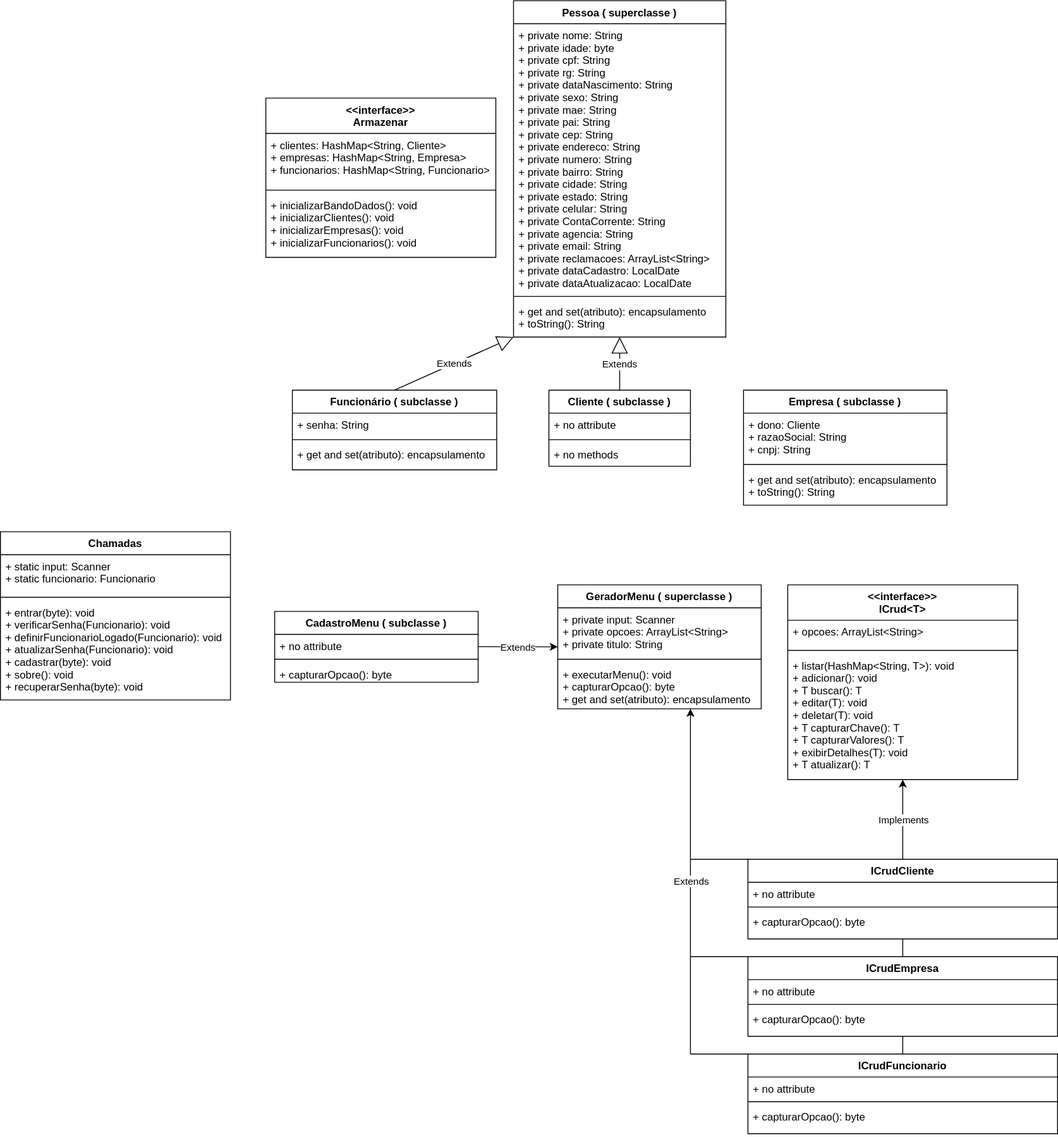
This is Diagrama sem nome.drawio.svg from ArthurEstevan/redesenvolvimento-conta-bancaria-v2.0, a draw.io export, as it was before one commit. Source tidied: cells renumbered, new cells last; positions are measured from the earlier drawing's top-left corner, leaving out a move shared by most shapes.
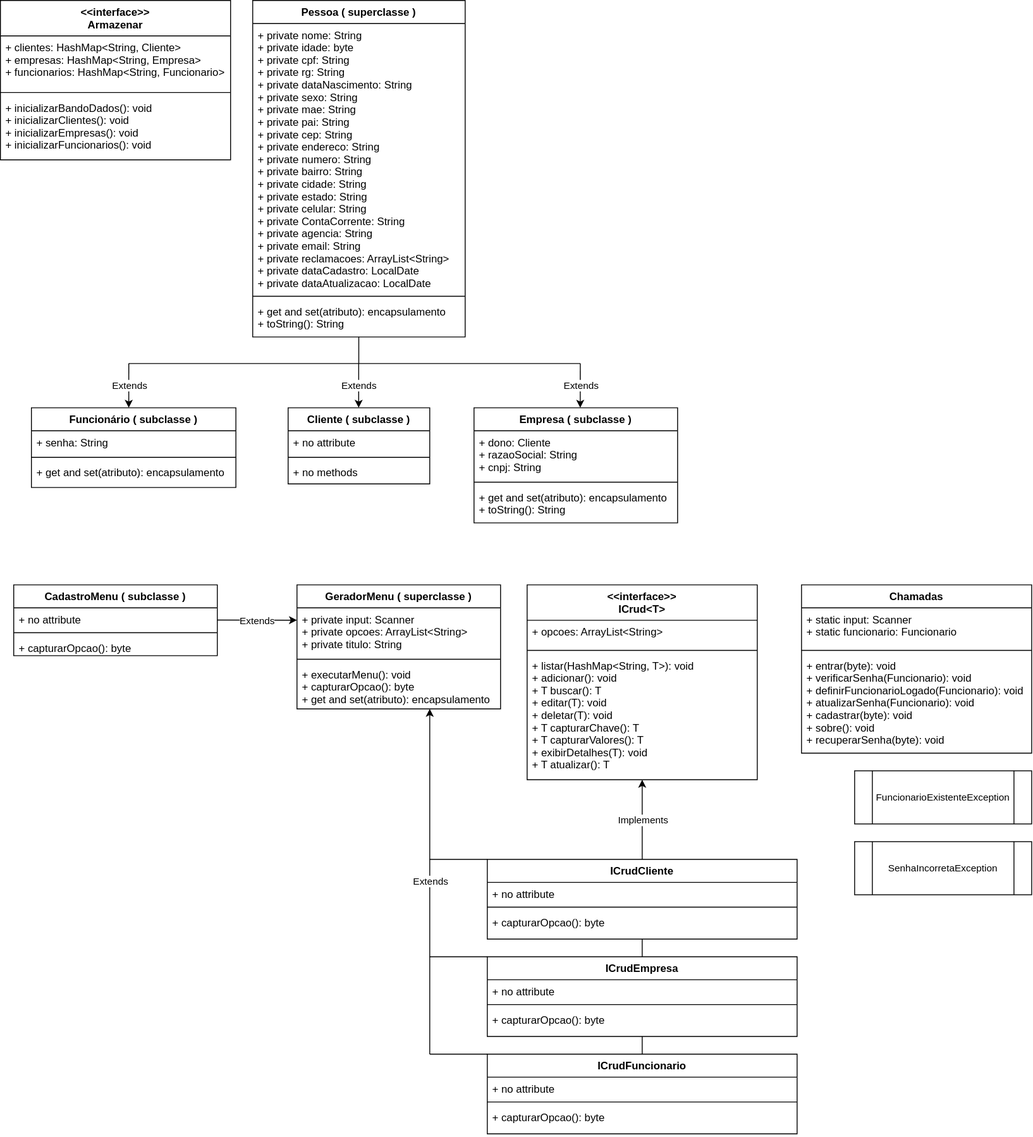
Above is the later version.

What changed in the source:
```diff
@@ -27,7 +27,7 @@
       <mxGeometry y="88" width="230" height="52" as="geometry" />
     </mxCell>
     <mxCell id="10" value="Funcionário ( subclasse )" style="swimlane;fontStyle=1;align=center;verticalAlign=top;horizontal=1;startSize=26;" parent="1" vertex="1">
-      <mxGeometry x="330" y="440" width="231" height="90" as="geometry" />
+      <mxGeometry x="330" y="460" width="231" height="90" as="geometry" />
     </mxCell>
     <mxCell id="11" value="+ senha: String" style="text;strokeColor=none;fillColor=none;align=left;verticalAlign=top;spacingLeft=4;spacingRight=4;overflow=hidden;" parent="10" vertex="1">
       <mxGeometry y="26" width="231" height="26" as="geometry" />
@@ -39,7 +39,7 @@
       <mxGeometry y="60" width="231" height="30" as="geometry" />
     </mxCell>
     <mxCell id="14" value="Empresa ( subclasse )" style="swimlane;fontStyle=1;align=center;verticalAlign=top;horizontal=1;startSize=26;" parent="1" vertex="1">
-      <mxGeometry x="840" y="440" width="230" height="130" as="geometry" />
+      <mxGeometry x="830" y="460" width="230" height="130" as="geometry" />
     </mxCell>
     <mxCell id="15" value="+ dono: Cliente&#10;+ razaoSocial: String&#10;+ cnpj: String" style="text;strokeColor=none;fillColor=none;align=left;verticalAlign=top;spacingLeft=4;spacingRight=4;overflow=hidden;" parent="14" vertex="1">
       <mxGeometry y="26" width="230" height="54" as="geometry" />
@@ -51,7 +51,7 @@
       <mxGeometry y="88" width="230" height="42" as="geometry" />
     </mxCell>
     <mxCell id="18" value="Cliente ( subclasse )" style="swimlane;fontStyle=1;align=center;verticalAlign=top;horizontal=1;startSize=26;" parent="1" vertex="1">
-      <mxGeometry x="620" y="440" width="160" height="86" as="geometry" />
+      <mxGeometry x="620" y="460" width="160" height="86" as="geometry" />
     </mxCell>
     <mxCell id="19" value="+ no attribute" style="text;strokeColor=none;fillColor=none;align=left;verticalAlign=top;spacingLeft=4;spacingRight=4;overflow=hidden;" parent="18" vertex="1">
       <mxGeometry y="26" width="160" height="26" as="geometry" />
@@ -62,18 +62,8 @@
     <mxCell id="21" value="+ no methods" style="text;strokeColor=none;fillColor=none;align=left;verticalAlign=top;spacingLeft=4;spacingRight=4;overflow=hidden;" parent="18" vertex="1">
       <mxGeometry y="60" width="160" height="26" as="geometry" />
     </mxCell>
-    <mxCell id="22" value="Extends" style="endArrow=block;endSize=16;endFill=0;html=1;rounded=0;exitX=0.5;exitY=0;exitDx=0;exitDy=0;entryX=0;entryY=1;entryDx=0;entryDy=0;" parent="1" edge="1" source="10" target="2">
-      <mxGeometry relative="1" as="geometry" />
-    </mxCell>
-    <mxCell id="23" value="Extends" style="endArrow=block;endSize=16;endFill=0;html=1;rounded=0;exitX=0.5;exitY=0;exitDx=0;exitDy=0;" parent="1" edge="1" source="18" target="5">
-      <mxGeometry relative="1" as="geometry">
-        <Array as="points">
-          <mxPoint x="700" y="410" />
-        </Array>
-      </mxGeometry>
-    </mxCell>
     <mxCell id="24" value="&lt;&lt;interface&gt;&gt;&#10;Armazenar" style="swimlane;fontStyle=1;align=center;verticalAlign=top;horizontal=1;startSize=40;" parent="1" vertex="1">
-      <mxGeometry x="300" y="110" width="260" height="180" as="geometry" />
+      <mxGeometry x="295" width="260" height="180" as="geometry" />
     </mxCell>
     <mxCell id="25" value="+ clientes: HashMap&lt;String, Cliente&gt;&#10;+ empresas: HashMap&lt;String, Empresa&gt;&#10;+ funcionarios: HashMap&lt;String, Funcionario&gt;" style="text;strokeColor=none;fillColor=none;align=left;verticalAlign=top;spacingLeft=4;spacingRight=4;overflow=hidden;" parent="24" vertex="1">
       <mxGeometry y="40" width="260" height="60" as="geometry" />
@@ -85,7 +75,7 @@
       <mxGeometry y="108" width="260" height="72" as="geometry" />
     </mxCell>
     <mxCell id="28" value="Chamadas" style="swimlane;fontStyle=1;align=center;verticalAlign=top;horizontal=1;startSize=26;" parent="1" vertex="1">
-      <mxGeometry y="600" width="260" height="190" as="geometry" />
+      <mxGeometry x="1200" y="660" width="260" height="190" as="geometry" />
     </mxCell>
     <mxCell id="29" value="+ static input: Scanner&#10;+ static funcionario: Funcionario&#10;" style="text;strokeColor=none;fillColor=none;align=left;verticalAlign=top;spacingLeft=4;spacingRight=4;overflow=hidden;" parent="28" vertex="1">
       <mxGeometry y="26" width="260" height="44" as="geometry" />
@@ -97,7 +87,7 @@
       <mxGeometry y="78" width="260" height="112" as="geometry" />
     </mxCell>
     <mxCell id="32" value="CadastroMenu ( subclasse )" style="swimlane;fontStyle=1;align=center;verticalAlign=top;horizontal=1;startSize=26;" parent="1" vertex="1">
-      <mxGeometry x="310" y="690" width="230" height="80" as="geometry" />
+      <mxGeometry x="310" y="660" width="230" height="80" as="geometry" />
     </mxCell>
     <mxCell id="33" value="+ no attribute" style="text;strokeColor=none;fillColor=none;align=left;verticalAlign=top;spacingLeft=4;spacingRight=4;overflow=hidden;" parent="32" vertex="1">
       <mxGeometry y="26" width="230" height="24" as="geometry" />
@@ -200,12 +190,62 @@
     </mxCell>
     <mxCell id="61" style="endArrow=classic;html=1;rounded=0;fontSize=11;" parent="1" edge="1">
       <mxGeometry relative="1" as="geometry">
-        <mxPoint x="540" y="729.8" as="sourcePoint" />
-        <mxPoint x="630" y="730" as="targetPoint" />
+        <mxPoint x="540" y="699.7" as="sourcePoint" />
+        <mxPoint x="630" y="699.9" as="targetPoint" />
       </mxGeometry>
     </mxCell>
     <mxCell id="62" value="Extends" style="edgeLabel;html=1;align=center;verticalAlign=middle;fontSize=11;" parent="61" vertex="1">
       <mxGeometry relative="1" as="geometry" />
     </mxCell>
+    <mxCell id="63" value="FuncionarioExistenteException" style="shape=process;whiteSpace=wrap;html=1;backgroundOutline=1;fontSize=11;" parent="1" vertex="1">
+      <mxGeometry x="1260" y="870" width="200" height="60" as="geometry" />
+    </mxCell>
+    <mxCell id="64" value="SenhaIncorretaException" style="shape=process;whiteSpace=wrap;html=1;backgroundOutline=1;fontSize=11;" parent="1" vertex="1">
+      <mxGeometry x="1260" y="950" width="200" height="60" as="geometry" />
+    </mxCell>
+    <mxCell id="65" style="endArrow=none;html=1;rounded=0;fontSize=11;" parent="1" edge="1">
+      <mxGeometry relative="1" as="geometry">
+        <mxPoint x="699.8" y="410" as="sourcePoint" />
+        <mxPoint x="699.8" y="380" as="targetPoint" />
+      </mxGeometry>
+    </mxCell>
+    <mxCell id="66" style="endArrow=none;html=1;rounded=0;fontSize=11;" parent="1" edge="1">
+      <mxGeometry relative="1" as="geometry">
+        <mxPoint x="440" y="410" as="sourcePoint" />
+        <mxPoint x="700" y="410" as="targetPoint" />
+      </mxGeometry>
+    </mxCell>
+    <mxCell id="67" style="endArrow=none;html=1;rounded=0;fontSize=11;" parent="1" edge="1">
+      <mxGeometry relative="1" as="geometry">
+        <mxPoint x="700" y="410" as="sourcePoint" />
+        <mxPoint x="950" y="410" as="targetPoint" />
+      </mxGeometry>
+    </mxCell>
+    <mxCell id="68" style="endArrow=classic;html=1;rounded=0;fontSize=11;entryX=0.476;entryY=0;entryDx=0;entryDy=0;entryPerimeter=0;" parent="1" edge="1" target="10">
+      <mxGeometry relative="1" as="geometry">
+        <mxPoint x="440" y="410" as="sourcePoint" />
+      </mxGeometry>
+    </mxCell>
+    <mxCell id="69" value="Extends" style="edgeLabel;html=1;align=center;verticalAlign=middle;fontSize=11;" parent="68" vertex="1">
+      <mxGeometry relative="1" as="geometry" />
+    </mxCell>
+    <mxCell id="70" style="endArrow=classic;html=1;rounded=0;fontSize=11;entryX=0.476;entryY=0;entryDx=0;entryDy=0;entryPerimeter=0;" parent="1" edge="1">
+      <mxGeometry relative="1" as="geometry">
+        <mxPoint x="699.7" y="410" as="sourcePoint" />
+        <mxPoint x="699.7" y="460" as="targetPoint" />
+      </mxGeometry>
+    </mxCell>
+    <mxCell id="71" value="Extends" style="edgeLabel;html=1;align=center;verticalAlign=middle;fontSize=11;" parent="70" vertex="1">
+      <mxGeometry relative="1" as="geometry" />
+    </mxCell>
+    <mxCell id="72" style="endArrow=classic;html=1;rounded=0;fontSize=11;entryX=0.476;entryY=0;entryDx=0;entryDy=0;entryPerimeter=0;" parent="1" edge="1">
+      <mxGeometry relative="1" as="geometry">
+        <mxPoint x="950" y="410" as="sourcePoint" />
+        <mxPoint x="950" y="460" as="targetPoint" />
+      </mxGeometry>
+    </mxCell>
+    <mxCell id="73" value="Extends" style="edgeLabel;html=1;align=center;verticalAlign=middle;fontSize=11;" parent="72" vertex="1">
+      <mxGeometry relative="1" as="geometry" />
+    </mxCell>
   </root>
 </mxGraphModel>
```
